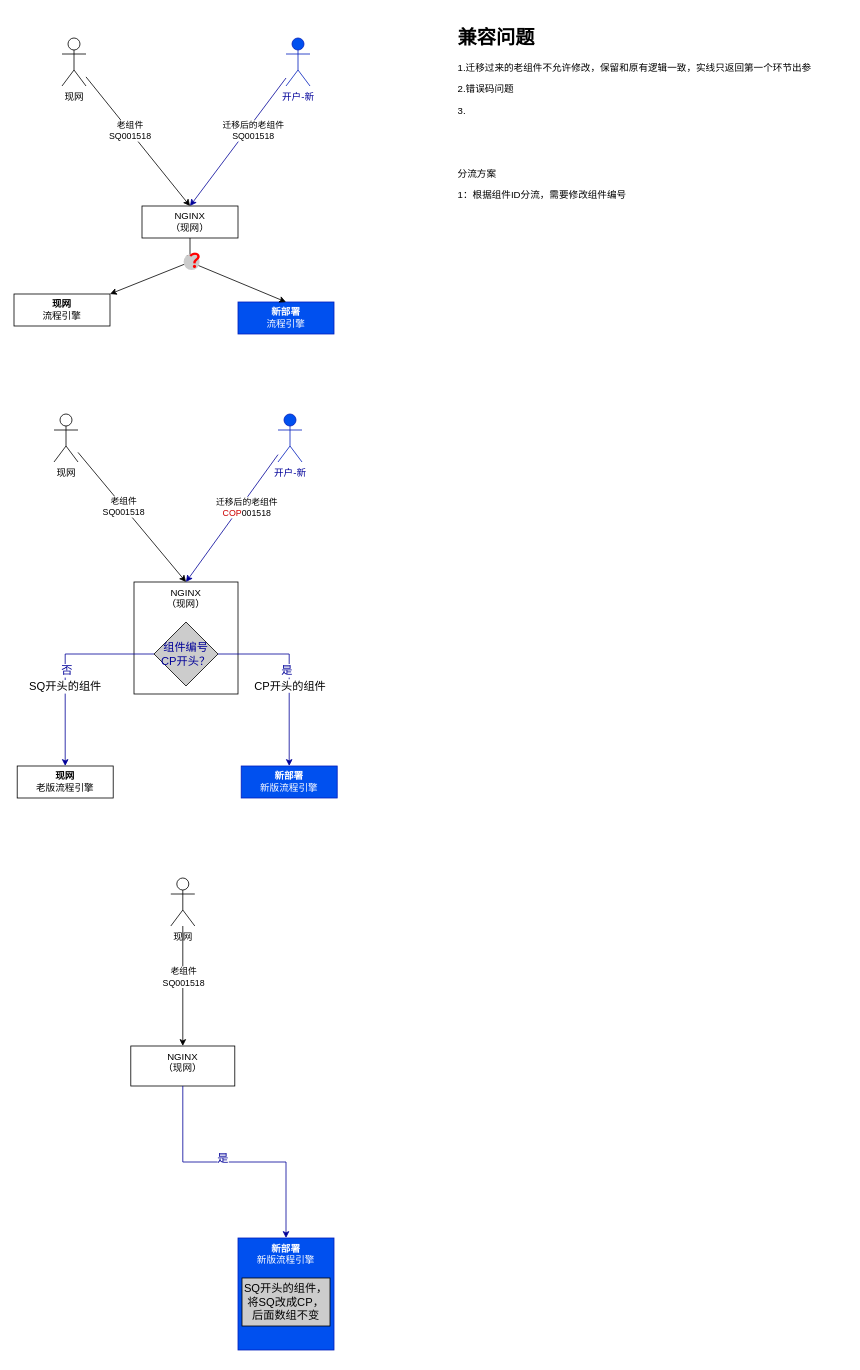
qymmdj/draw-io keeps this draw.io diagram as page "新版-分流设计" (19 of 19) of 流控.drawio. Above is the earlier version. Source tidied: cells renumbered, new cells numbered last; positions are measured from the earlier drawing's top-left corner, leaving out a move shared by most shapes. Both pictures are drawn from the tidied source at 80%, with x=0, y=0 at pixel (14, 22).
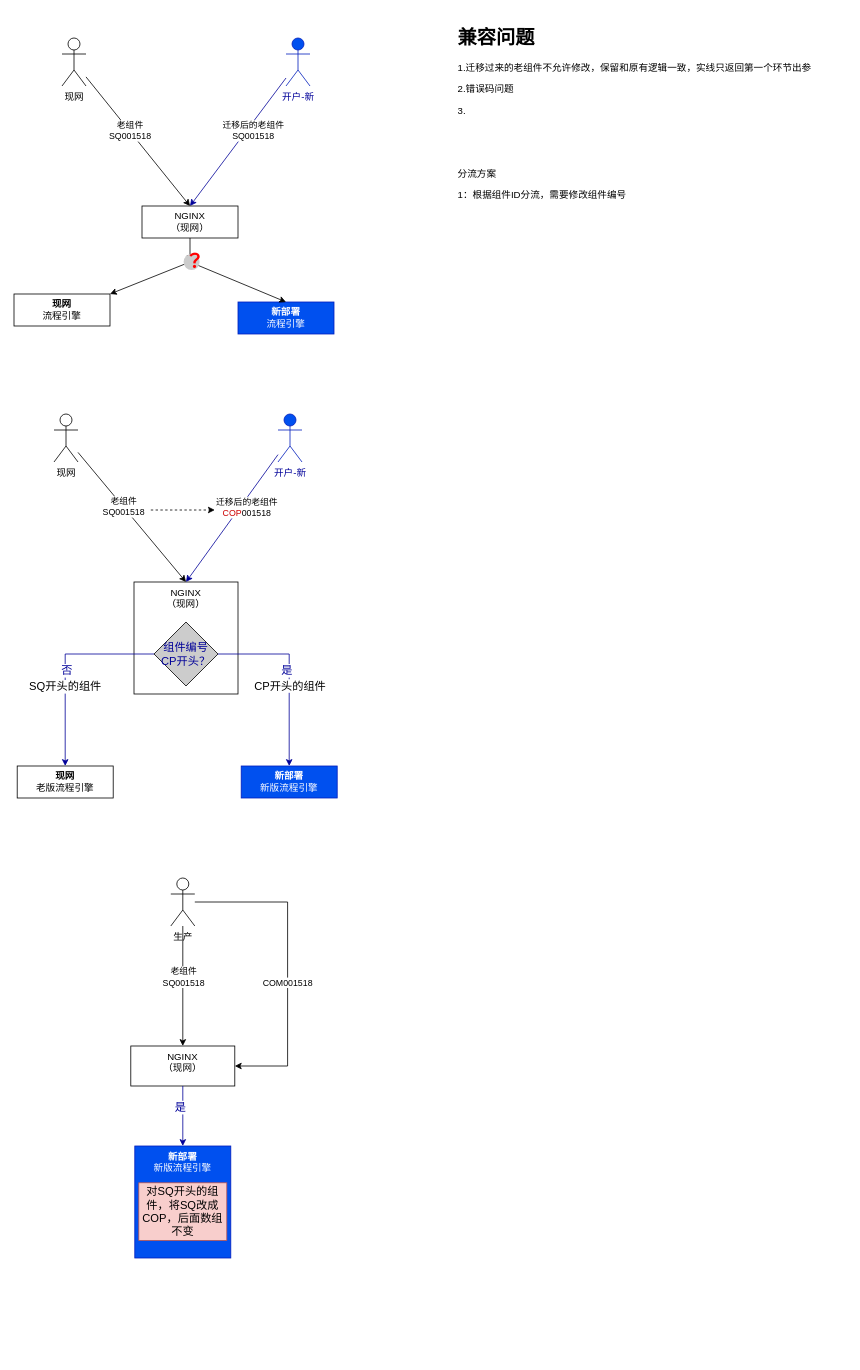
The same page after the edit.

Unchanged cells that the change refers to:
```xml
<mxCell id="34" value="NGINX&lt;br&gt;（现网）" style="rounded=0;whiteSpace=wrap;html=1;verticalAlign=top;" parent="1" vertex="1">
  <mxGeometry x="146" y="1280" width="130" height="50" as="geometry" />
</mxCell>
```

Change to the diagram source:
```diff
@@
+    <mxCell id="43" value="COM001518" style="edgeStyle=orthogonalEdgeStyle;rounded=0;jettySize=auto;html=1;entryX=1;entryY=0.5;entryDx=0;entryDy=0;" parent="1" edge="1" source="37" target="34">
+      <mxGeometry x="0.12" relative="1" as="geometry">
+        <Array as="points">
+          <mxPoint x="342" y="1100" />
+          <mxPoint x="342" y="1305" />
+        </Array>
+      </mxGeometry>
+    </mxCell>
-    <mxCell id="37" value="现网" style="shape=umlActor;verticalLabelPosition=bottom;verticalAlign=top;html=1;outlineConnect=0;" parent="1" vertex="1">
+    <mxCell id="37" value="生产" style="shape=umlActor;verticalLabelPosition=bottom;verticalAlign=top;html=1;outlineConnect=0;" parent="1" vertex="1">
       <mxGeometry x="196" y="1070" width="30" height="60" as="geometry" />
     </mxCell>
     <mxCell id="38" value="&lt;b&gt;新部署&lt;/b&gt;&lt;br&gt;新版流程引擎" style="rounded=0;whiteSpace=wrap;html=1;fillColor=#0050ef;fontColor=#ffffff;strokeColor=#001DBC;verticalAlign=top;" parent="1" vertex="1">
-      <mxGeometry x="280" y="1520" width="120" height="140" as="geometry" />
+      <mxGeometry x="151" y="1405" width="120" height="140" as="geometry" />
     </mxCell>
@@
-    <mxCell id="42" value="SQ开头的组件，将SQ改成CP，后面数组不变" style="rounded=0;whiteSpace=wrap;html=1;fontSize=14;fontColor=#000000;fillColor=#CCCCCC;" parent="1" vertex="1">
-      <mxGeometry x="285" y="1570" width="110" height="60" as="geometry" />
+    <mxCell id="42" value="对SQ开头的组件，将SQ改成COP，后面数组不变" style="rounded=0;whiteSpace=wrap;html=1;fontSize=14;fillColor=#f8cecc;strokeColor=#b85450;" parent="1" vertex="1">
+      <mxGeometry x="156" y="1451" width="110" height="72" as="geometry" />
     </mxCell>
+    <mxCell id="44" style="endArrow=classic;html=1;rounded=0;dashed=1;" parent="1" edge="1">
+      <mxGeometry relative="1" as="geometry">
+        <mxPoint x="171" y="610" as="sourcePoint" />
+        <mxPoint x="251" y="610" as="targetPoint" />
+      </mxGeometry>
+    </mxCell>
```
